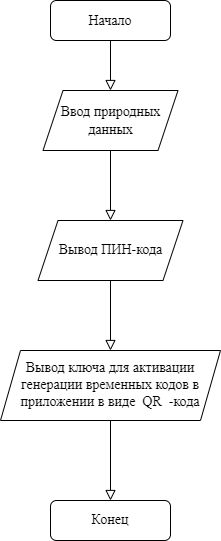
Above: общая блок схема регистрации.png in Bipolar-Bear-13-cards/BiBeLock (draw.io), before the change. Source tidied: cells renumbered, new cells last; positions are measured from the earlier drawing's top-left corner, leaving out a move shared by most shapes. The source it was exported from:
```xml
<mxGraphModel>
  <root>
    <mxCell id="0" />
    <mxCell id="1" parent="0" />
    <mxCell id="2" style="rounded=0;html=1;jettySize=auto;fontSize=11;endArrow=block;endFill=0;endSize=8;strokeWidth=1;shadow=0;labelBackgroundColor=none;edgeStyle=orthogonalEdgeStyle;" parent="1" edge="1" source="3">
      <mxGeometry relative="1" as="geometry">
        <mxPoint x="110" y="90" as="targetPoint" />
      </mxGeometry>
    </mxCell>
    <mxCell id="3" value="&lt;font style=&quot;vertical-align: inherit; font-size: 14px;&quot;&gt;&lt;font face=&quot;Times New Roman&quot; style=&quot;vertical-align: inherit;&quot;&gt;Начало&lt;/font&gt;&lt;/font&gt;" style="rounded=1;whiteSpace=wrap;html=1;fontSize=12;glass=0;strokeWidth=1;shadow=0;" parent="1" vertex="1">
      <mxGeometry x="50" width="120" height="40" as="geometry" />
    </mxCell>
    <mxCell id="4" value="&lt;font style=&quot;font-size: 14px;&quot; face=&quot;Times New Roman&quot;&gt;Конец&lt;/font&gt;" style="rounded=1;whiteSpace=wrap;html=1;fontSize=12;glass=0;strokeWidth=1;shadow=0;" parent="1" vertex="1">
      <mxGeometry x="50" y="500" width="120" height="40" as="geometry" />
    </mxCell>
    <mxCell id="5" value="&lt;font style=&quot;vertical-align: inherit; font-size: 14px;&quot;&gt;&lt;font style=&quot;vertical-align: inherit; font-size: 14px;&quot;&gt;&lt;font style=&quot;vertical-align: inherit; font-size: 14px;&quot;&gt;&lt;font style=&quot;vertical-align: inherit; font-size: 14px;&quot;&gt;&lt;font face=&quot;Times New Roman&quot; style=&quot;vertical-align: inherit;&quot;&gt;Ввод природных данных&lt;/font&gt;&lt;/font&gt;&lt;/font&gt;&lt;/font&gt;&lt;/font&gt;" style="shape=parallelogram;perimeter=parallelogramPerimeter;whiteSpace=wrap;html=1;fixedSize=1;" parent="1" vertex="1">
      <mxGeometry x="42.5" y="90" width="135" height="60" as="geometry" />
    </mxCell>
    <mxCell id="6" style="rounded=0;html=1;jettySize=auto;fontSize=11;endArrow=block;endFill=0;endSize=8;strokeWidth=1;shadow=0;labelBackgroundColor=none;edgeStyle=orthogonalEdgeStyle;exitX=0.5;exitY=1;exitDx=0;exitDy=0;entryX=0.5;entryY=0;entryDx=0;entryDy=0;" parent="1" edge="1" source="5">
      <mxGeometry relative="1" as="geometry">
        <mxPoint x="110" y="220" as="targetPoint" />
      </mxGeometry>
    </mxCell>
    <mxCell id="7" style="rounded=0;html=1;jettySize=auto;orthogonalLoop=1;fontSize=11;endArrow=block;endFill=0;endSize=8;strokeWidth=1;shadow=0;labelBackgroundColor=none;edgeStyle=orthogonalEdgeStyle;exitX=0.5;exitY=1;exitDx=0;exitDy=0;entryX=0.5;entryY=0;entryDx=0;entryDy=0;" parent="1" edge="1">
      <mxGeometry relative="1" as="geometry">
        <mxPoint x="110" y="280" as="sourcePoint" />
        <mxPoint x="110" y="350" as="targetPoint" />
      </mxGeometry>
    </mxCell>
    <mxCell id="8" value="&lt;font face=&quot;Times New Roman&quot; style=&quot;vertical-align: inherit; font-size: 14px;&quot;&gt;Вывод ПИН-кода&lt;/font&gt;" style="shape=parallelogram;perimeter=parallelogramPerimeter;whiteSpace=wrap;html=1;fixedSize=1;" parent="1" vertex="1">
      <mxGeometry x="37.5" y="220" width="145" height="60" as="geometry" />
    </mxCell>
    <mxCell id="9" value="&lt;font style=&quot;font-size: 14px;&quot; face=&quot;Times New Roman&quot;&gt;&lt;font style=&quot;border-color: var(--border-color); vertical-align: inherit; font-size: 14px;&quot;&gt;&lt;font style=&quot;vertical-align: inherit; font-size: 14px;&quot;&gt;&lt;font style=&quot;vertical-align: inherit; font-size: 14px;&quot;&gt;Вывод ключа&amp;nbsp;&lt;/font&gt;&lt;/font&gt;&lt;/font&gt;&lt;span style=&quot;border-color: var(--border-color);&quot;&gt;&lt;font style=&quot;border-color: var(--border-color); vertical-align: inherit; font-size: 14px;&quot;&gt;&lt;font style=&quot;border-color: var(--border-color); vertical-align: inherit; font-size: 14px;&quot;&gt;&lt;font style=&quot;vertical-align: inherit; font-size: 14px;&quot;&gt;&lt;font style=&quot;vertical-align: inherit; font-size: 14px;&quot;&gt;для активации генерации временных кодов в &lt;/font&gt;&lt;/font&gt;&lt;/font&gt;&lt;/font&gt;&lt;br style=&quot;border-color: var(--border-color);&quot;&gt;&lt;font style=&quot;border-color: var(--border-color); vertical-align: inherit; font-size: 14px;&quot;&gt;&lt;font style=&quot;border-color: var(--border-color); vertical-align: inherit; font-size: 14px;&quot;&gt;&lt;font style=&quot;vertical-align: inherit; font-size: 14px;&quot;&gt;&lt;font style=&quot;vertical-align: inherit; font-size: 14px;&quot;&gt;приложении в виде&lt;/font&gt;&lt;/font&gt;&amp;nbsp;&lt;/font&gt;&lt;/font&gt;&lt;/span&gt;&lt;span style=&quot;border-color: var(--border-color);&quot; lang=&quot;EN-US&quot;&gt;&lt;font style=&quot;vertical-align: inherit; font-size: 14px;&quot;&gt;&lt;font style=&quot;vertical-align: inherit; font-size: 14px;&quot;&gt; QR &lt;/font&gt;&lt;/font&gt;&amp;nbsp;&lt;/span&gt;&lt;span style=&quot;border-color: var(--border-color);&quot;&gt;&lt;font style=&quot;vertical-align: inherit; font-size: 14px;&quot;&gt;&lt;font style=&quot;vertical-align: inherit; font-size: 14px;&quot;&gt;-кода&lt;/font&gt;&lt;/font&gt;&lt;/span&gt;&lt;/font&gt;" style="shape=parallelogram;perimeter=parallelogramPerimeter;whiteSpace=wrap;html=1;fixedSize=1;" parent="1" vertex="1">
      <mxGeometry y="350" width="220" height="70" as="geometry" />
    </mxCell>
    <mxCell id="10" style="rounded=0;html=1;jettySize=auto;fontSize=11;endArrow=block;endFill=0;endSize=8;strokeWidth=1;shadow=0;labelBackgroundColor=none;edgeStyle=orthogonalEdgeStyle;exitX=0.5;exitY=1;exitDx=0;exitDy=0;entryX=0.5;entryY=0;entryDx=0;entryDy=0;" parent="1" edge="1" source="9" target="4">
      <mxGeometry relative="1" as="geometry" />
    </mxCell>
  </root>
</mxGraphModel>
```
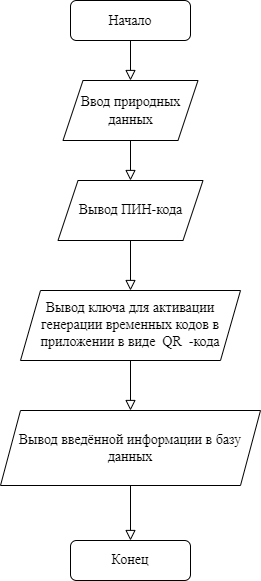
After the commit.

What changed in the source:
```diff
@@ -2,39 +2,38 @@
   <root>
     <mxCell id="0" />
     <mxCell id="1" parent="0" />
-    <mxCell id="2" style="rounded=0;html=1;jettySize=auto;fontSize=11;endArrow=block;endFill=0;endSize=8;strokeWidth=1;shadow=0;labelBackgroundColor=none;edgeStyle=orthogonalEdgeStyle;" parent="1" edge="1" source="3">
-      <mxGeometry relative="1" as="geometry">
-        <mxPoint x="110" y="90" as="targetPoint" />
-      </mxGeometry>
+    <mxCell id="2" style="rounded=0;html=1;jettySize=auto;fontSize=11;endArrow=block;endFill=0;endSize=8;strokeWidth=1;shadow=0;labelBackgroundColor=none;edgeStyle=orthogonalEdgeStyle;entryX=0.5;entryY=0;entryDx=0;entryDy=0;" parent="1" edge="1" source="3" target="5">
+      <mxGeometry relative="1" as="geometry" />
     </mxCell>
     <mxCell id="3" value="&lt;font style=&quot;vertical-align: inherit; font-size: 14px;&quot;&gt;&lt;font face=&quot;Times New Roman&quot; style=&quot;vertical-align: inherit;&quot;&gt;Начало&lt;/font&gt;&lt;/font&gt;" style="rounded=1;whiteSpace=wrap;html=1;fontSize=12;glass=0;strokeWidth=1;shadow=0;" parent="1" vertex="1">
       <mxGeometry x="50" width="120" height="40" as="geometry" />
     </mxCell>
     <mxCell id="4" value="&lt;font style=&quot;font-size: 14px;&quot; face=&quot;Times New Roman&quot;&gt;Конец&lt;/font&gt;" style="rounded=1;whiteSpace=wrap;html=1;fontSize=12;glass=0;strokeWidth=1;shadow=0;" parent="1" vertex="1">
-      <mxGeometry x="50" y="500" width="120" height="40" as="geometry" />
+      <mxGeometry x="50" y="540" width="120" height="40" as="geometry" />
     </mxCell>
     <mxCell id="5" value="&lt;font style=&quot;vertical-align: inherit; font-size: 14px;&quot;&gt;&lt;font style=&quot;vertical-align: inherit; font-size: 14px;&quot;&gt;&lt;font style=&quot;vertical-align: inherit; font-size: 14px;&quot;&gt;&lt;font style=&quot;vertical-align: inherit; font-size: 14px;&quot;&gt;&lt;font face=&quot;Times New Roman&quot; style=&quot;vertical-align: inherit;&quot;&gt;Ввод природных данных&lt;/font&gt;&lt;/font&gt;&lt;/font&gt;&lt;/font&gt;&lt;/font&gt;" style="shape=parallelogram;perimeter=parallelogramPerimeter;whiteSpace=wrap;html=1;fixedSize=1;" parent="1" vertex="1">
-      <mxGeometry x="42.5" y="90" width="135" height="60" as="geometry" />
+      <mxGeometry x="42.5" y="80" width="135" height="60" as="geometry" />
     </mxCell>
-    <mxCell id="6" style="rounded=0;html=1;jettySize=auto;fontSize=11;endArrow=block;endFill=0;endSize=8;strokeWidth=1;shadow=0;labelBackgroundColor=none;edgeStyle=orthogonalEdgeStyle;exitX=0.5;exitY=1;exitDx=0;exitDy=0;entryX=0.5;entryY=0;entryDx=0;entryDy=0;" parent="1" edge="1" source="5">
-      <mxGeometry relative="1" as="geometry">
-        <mxPoint x="110" y="220" as="targetPoint" />
-      </mxGeometry>
+    <mxCell id="6" style="rounded=0;html=1;jettySize=auto;fontSize=11;endArrow=block;endFill=0;endSize=8;strokeWidth=1;shadow=0;labelBackgroundColor=none;edgeStyle=orthogonalEdgeStyle;exitX=0.5;exitY=1;exitDx=0;exitDy=0;entryX=0.5;entryY=0;entryDx=0;entryDy=0;" parent="1" edge="1" source="5" target="8">
+      <mxGeometry relative="1" as="geometry" />
     </mxCell>
-    <mxCell id="7" style="rounded=0;html=1;jettySize=auto;orthogonalLoop=1;fontSize=11;endArrow=block;endFill=0;endSize=8;strokeWidth=1;shadow=0;labelBackgroundColor=none;edgeStyle=orthogonalEdgeStyle;exitX=0.5;exitY=1;exitDx=0;exitDy=0;entryX=0.5;entryY=0;entryDx=0;entryDy=0;" parent="1" edge="1">
-      <mxGeometry relative="1" as="geometry">
-        <mxPoint x="110" y="280" as="sourcePoint" />
-        <mxPoint x="110" y="350" as="targetPoint" />
-      </mxGeometry>
+    <mxCell id="7" style="rounded=0;html=1;jettySize=auto;fontSize=11;endArrow=block;endFill=0;endSize=8;strokeWidth=1;shadow=0;labelBackgroundColor=none;edgeStyle=orthogonalEdgeStyle;exitX=0.5;exitY=1;exitDx=0;exitDy=0;entryX=0.5;entryY=0;entryDx=0;entryDy=0;" parent="1" edge="1" source="8" target="9">
+      <mxGeometry relative="1" as="geometry" />
     </mxCell>
     <mxCell id="8" value="&lt;font face=&quot;Times New Roman&quot; style=&quot;vertical-align: inherit; font-size: 14px;&quot;&gt;Вывод ПИН-кода&lt;/font&gt;" style="shape=parallelogram;perimeter=parallelogramPerimeter;whiteSpace=wrap;html=1;fixedSize=1;" parent="1" vertex="1">
-      <mxGeometry x="37.5" y="220" width="145" height="60" as="geometry" />
+      <mxGeometry x="37.5" y="180" width="145" height="60" as="geometry" />
     </mxCell>
     <mxCell id="9" value="&lt;font style=&quot;font-size: 14px;&quot; face=&quot;Times New Roman&quot;&gt;&lt;font style=&quot;border-color: var(--border-color); vertical-align: inherit; font-size: 14px;&quot;&gt;&lt;font style=&quot;vertical-align: inherit; font-size: 14px;&quot;&gt;&lt;font style=&quot;vertical-align: inherit; font-size: 14px;&quot;&gt;Вывод ключа&amp;nbsp;&lt;/font&gt;&lt;/font&gt;&lt;/font&gt;&lt;span style=&quot;border-color: var(--border-color);&quot;&gt;&lt;font style=&quot;border-color: var(--border-color); vertical-align: inherit; font-size: 14px;&quot;&gt;&lt;font style=&quot;border-color: var(--border-color); vertical-align: inherit; font-size: 14px;&quot;&gt;&lt;font style=&quot;vertical-align: inherit; font-size: 14px;&quot;&gt;&lt;font style=&quot;vertical-align: inherit; font-size: 14px;&quot;&gt;для активации генерации временных кодов в &lt;/font&gt;&lt;/font&gt;&lt;/font&gt;&lt;/font&gt;&lt;br style=&quot;border-color: var(--border-color);&quot;&gt;&lt;font style=&quot;border-color: var(--border-color); vertical-align: inherit; font-size: 14px;&quot;&gt;&lt;font style=&quot;border-color: var(--border-color); vertical-align: inherit; font-size: 14px;&quot;&gt;&lt;font style=&quot;vertical-align: inherit; font-size: 14px;&quot;&gt;&lt;font style=&quot;vertical-align: inherit; font-size: 14px;&quot;&gt;приложении в виде&lt;/font&gt;&lt;/font&gt;&amp;nbsp;&lt;/font&gt;&lt;/font&gt;&lt;/span&gt;&lt;span style=&quot;border-color: var(--border-color);&quot; lang=&quot;EN-US&quot;&gt;&lt;font style=&quot;vertical-align: inherit; font-size: 14px;&quot;&gt;&lt;font style=&quot;vertical-align: inherit; font-size: 14px;&quot;&gt; QR &lt;/font&gt;&lt;/font&gt;&amp;nbsp;&lt;/span&gt;&lt;span style=&quot;border-color: var(--border-color);&quot;&gt;&lt;font style=&quot;vertical-align: inherit; font-size: 14px;&quot;&gt;&lt;font style=&quot;vertical-align: inherit; font-size: 14px;&quot;&gt;-кода&lt;/font&gt;&lt;/font&gt;&lt;/span&gt;&lt;/font&gt;" style="shape=parallelogram;perimeter=parallelogramPerimeter;whiteSpace=wrap;html=1;fixedSize=1;" parent="1" vertex="1">
-      <mxGeometry y="350" width="220" height="70" as="geometry" />
+      <mxGeometry y="290" width="220" height="70" as="geometry" />
     </mxCell>
-    <mxCell id="10" style="rounded=0;html=1;jettySize=auto;fontSize=11;endArrow=block;endFill=0;endSize=8;strokeWidth=1;shadow=0;labelBackgroundColor=none;edgeStyle=orthogonalEdgeStyle;exitX=0.5;exitY=1;exitDx=0;exitDy=0;entryX=0.5;entryY=0;entryDx=0;entryDy=0;" parent="1" edge="1" source="9" target="4">
+    <mxCell id="10" style="rounded=0;html=1;jettySize=auto;fontSize=11;endArrow=block;endFill=0;endSize=8;strokeWidth=1;shadow=0;labelBackgroundColor=none;edgeStyle=orthogonalEdgeStyle;exitX=0.5;exitY=1;exitDx=0;exitDy=0;entryX=0.5;entryY=0;entryDx=0;entryDy=0;" parent="1" edge="1" source="9" target="11">
       <mxGeometry relative="1" as="geometry" />
     </mxCell>
+    <mxCell id="11" value="Вывод введённой информации в базу данных" style="shape=parallelogram;perimeter=parallelogramPerimeter;whiteSpace=wrap;html=1;fixedSize=1;fontFamily=Times New Roman;fontSize=14;" parent="1" vertex="1">
+      <mxGeometry x="-20" y="410" width="260" height="75" as="geometry" />
+    </mxCell>
+    <mxCell id="12" style="rounded=0;html=1;jettySize=auto;fontSize=11;endArrow=block;endFill=0;endSize=8;strokeWidth=1;shadow=0;labelBackgroundColor=none;edgeStyle=orthogonalEdgeStyle;exitX=0.5;exitY=1;exitDx=0;exitDy=0;entryX=0.5;entryY=0;entryDx=0;entryDy=0;" parent="1" edge="1" source="11" target="4">
+      <mxGeometry relative="1" as="geometry" />
+    </mxCell>
   </root>
 </mxGraphModel>
```
